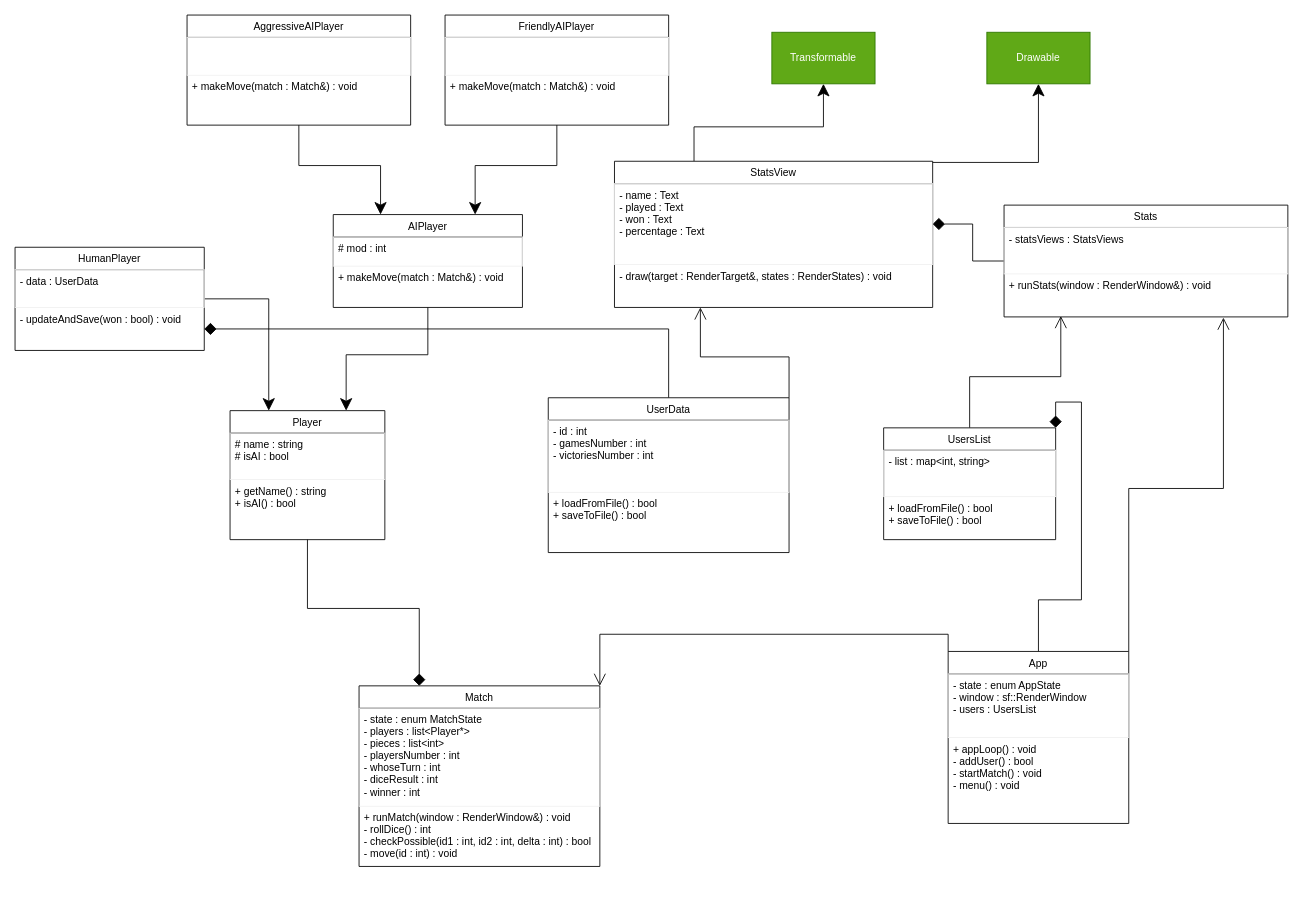
cptkidd62/ludo-game keeps this draw.io diagram as docs/diagram.drawio. Above is the earlier version. Source tidied: cells renumbered, new cells numbered last; positions are measured from the earlier drawing's top-left corner, leaving out a move shared by most shapes. Both pictures are drawn from the tidied source at 86%, with x=0, y=0 at pixel (15, 15).
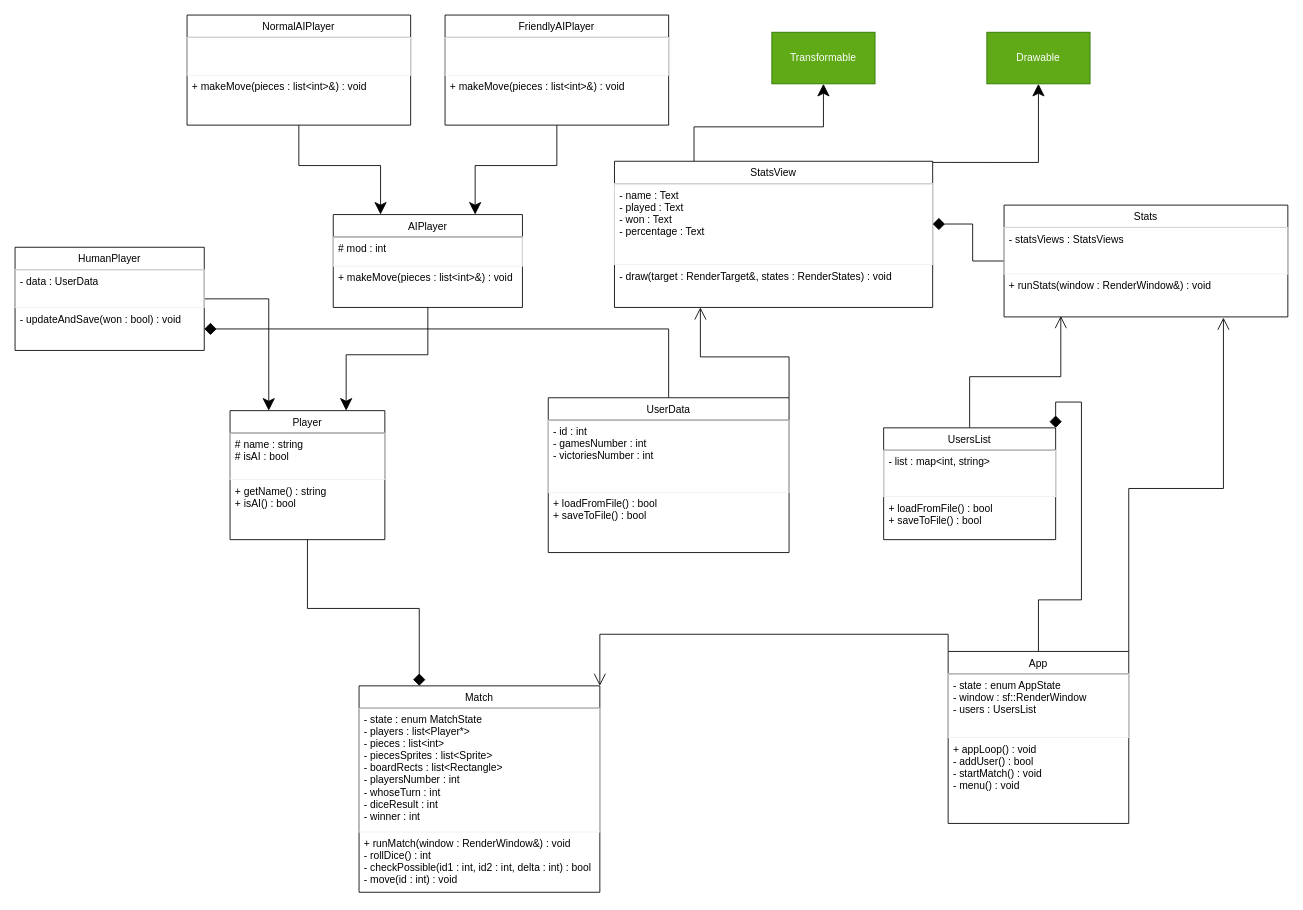
The same diagram, later.

Unchanged cells that the change refers to:
```xml
<mxCell id="11" value="AIPlayer" style="swimlane;fontStyle=0;horizontal=1;startSize=26;" parent="1" vertex="1">
  <mxGeometry x="370" y="232" width="220" height="108" as="geometry" />
</mxCell>
<mxCell id="37" value="FriendlyAIPlayer" style="swimlane;fontStyle=0;horizontal=1;startSize=26;" parent="1" vertex="1">
  <mxGeometry x="500" width="260" height="128" as="geometry" />
</mxCell>
```

Diff of the diagram source:
```diff
@@
-    <mxCell id="13" value="+ makeMove(match : Match&amp;) : void" style="text;strokeColor=none;fillColor=none;align=left;verticalAlign=top;spacingLeft=4;spacingRight=4;overflow=hidden;" parent="11" vertex="1">
+    <mxCell id="13" value="+ makeMove(pieces : list&lt;int&gt;&amp;) : void" style="text;strokeColor=none;fillColor=none;align=left;verticalAlign=top;spacingLeft=4;spacingRight=4;overflow=hidden;" parent="11" vertex="1">
       <mxGeometry y="60" width="220" height="48" as="geometry" />
     </mxCell>
@@
     <mxCell id="20" value="Match" style="swimlane;fontStyle=0;horizontal=1;startSize=26;" parent="1" vertex="1">
-      <mxGeometry x="400" y="780" width="280" height="210" as="geometry" />
+      <mxGeometry x="400" y="780" width="280" height="240" as="geometry" />
     </mxCell>
-    <mxCell id="21" value="- state : enum MatchState&#10;- players : list&lt;Player*&gt;&#10;- pieces : list&lt;int&gt;&#10;- playersNumber : int&#10;- whoseTurn : int&#10;- diceResult : int&#10;- winner : int" style="text;fillColor=none;align=left;verticalAlign=top;spacingLeft=4;spacingRight=4;overflow=hidden;strokeColor=#f0f0f0;" parent="20" vertex="1">
-      <mxGeometry y="26" width="280" height="114" as="geometry" />
+    <mxCell id="21" value="- state : enum MatchState&#10;- players : list&lt;Player*&gt;&#10;- pieces : list&lt;int&gt;&#10;- piecesSprites : list&lt;Sprite&gt;&#10;- boardRects : list&lt;Rectangle&gt;&#10;- playersNumber : int&#10;- whoseTurn : int&#10;- diceResult : int&#10;- winner : int" style="text;fillColor=none;align=left;verticalAlign=top;spacingLeft=4;spacingRight=4;overflow=hidden;strokeColor=#f0f0f0;" parent="20" vertex="1">
+      <mxGeometry y="26" width="280" height="144" as="geometry" />
     </mxCell>
     <mxCell id="22" value="+ runMatch(window : RenderWindow&amp;) : void&#10;- rollDice() : int&#10;- checkPossible(id1 : int, id2 : int, delta : int) : bool&#10;- move(id : int) : void" style="text;strokeColor=none;fillColor=none;align=left;verticalAlign=top;spacingLeft=4;spacingRight=4;overflow=hidden;" parent="20" vertex="1">
-      <mxGeometry y="140" width="280" height="70" as="geometry" />
+      <mxGeometry y="170" width="280" height="70" as="geometry" />
     </mxCell>
@@
-    <mxCell id="33" value="AggressiveAIPlayer" style="swimlane;fontStyle=0;horizontal=1;startSize=26;" parent="1" vertex="1">
+    <mxCell id="33" value="NormalAIPlayer" style="swimlane;fontStyle=0;horizontal=1;startSize=26;" parent="1" vertex="1">
       <mxGeometry x="200" width="260" height="128" as="geometry" />
     </mxCell>
@@
-    <mxCell id="35" value="+ makeMove(match : Match&amp;) : void" style="text;strokeColor=none;fillColor=none;align=left;verticalAlign=top;spacingLeft=4;spacingRight=4;overflow=hidden;" parent="33" vertex="1">
+    <mxCell id="35" value="+ makeMove(pieces : list&lt;int&gt;&amp;) : void" style="text;strokeColor=none;fillColor=none;align=left;verticalAlign=top;spacingLeft=4;spacingRight=4;overflow=hidden;" parent="33" vertex="1">
       <mxGeometry y="70" width="260" height="58" as="geometry" />
     </mxCell>
@@
-    <mxCell id="39" value="+ makeMove(match : Match&amp;) : void" style="text;strokeColor=none;fillColor=none;align=left;verticalAlign=top;spacingLeft=4;spacingRight=4;overflow=hidden;" parent="37" vertex="1">
+    <mxCell id="39" value="+ makeMove(pieces : list&lt;int&gt;&amp;) : void" style="text;strokeColor=none;fillColor=none;align=left;verticalAlign=top;spacingLeft=4;spacingRight=4;overflow=hidden;" parent="37" vertex="1">
       <mxGeometry y="70" width="260" height="58" as="geometry" />
     </mxCell>
```
